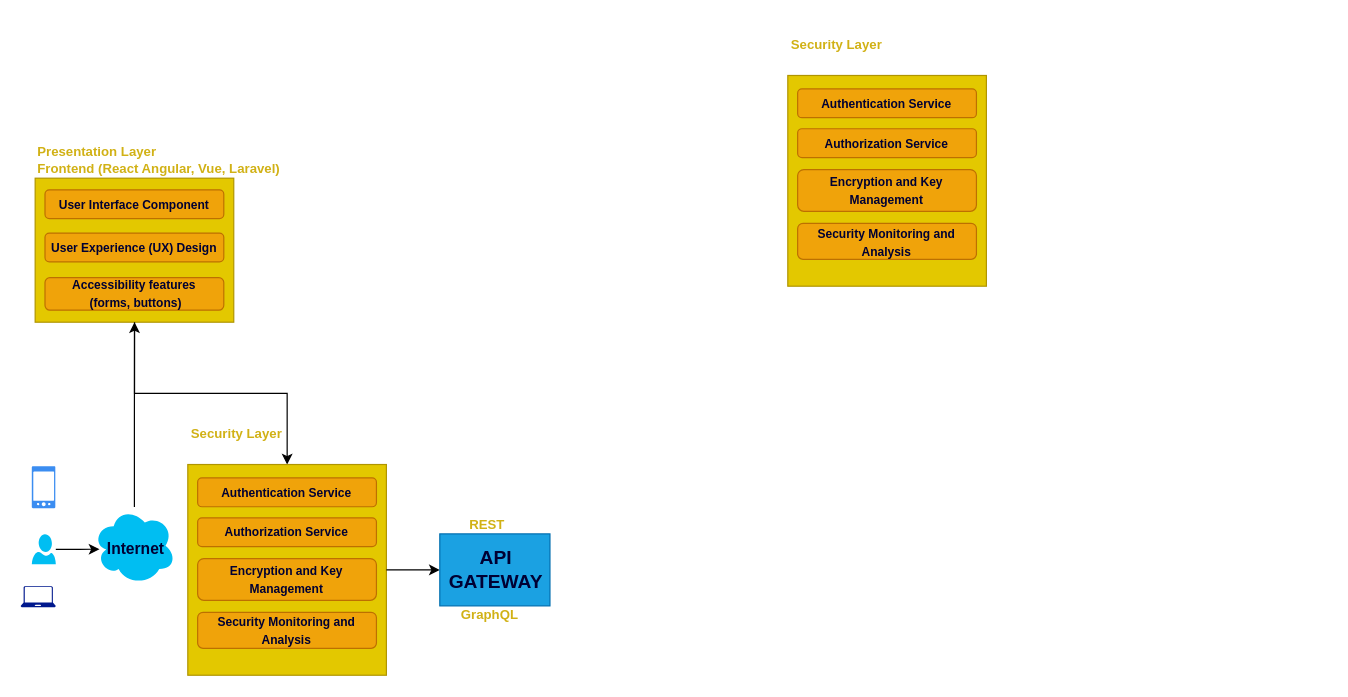
Above: IMS.drawio in dabiko/draw-io (draw.io), before the change. Source tidied: cells renumbered, new cells numbered last; positions are measured from the earlier drawing's top-left corner, leaving out a move shared by most shapes. Both pictures are drawn from the tidied source at 120%, with x=0, y=0 at pixel (20, 34).
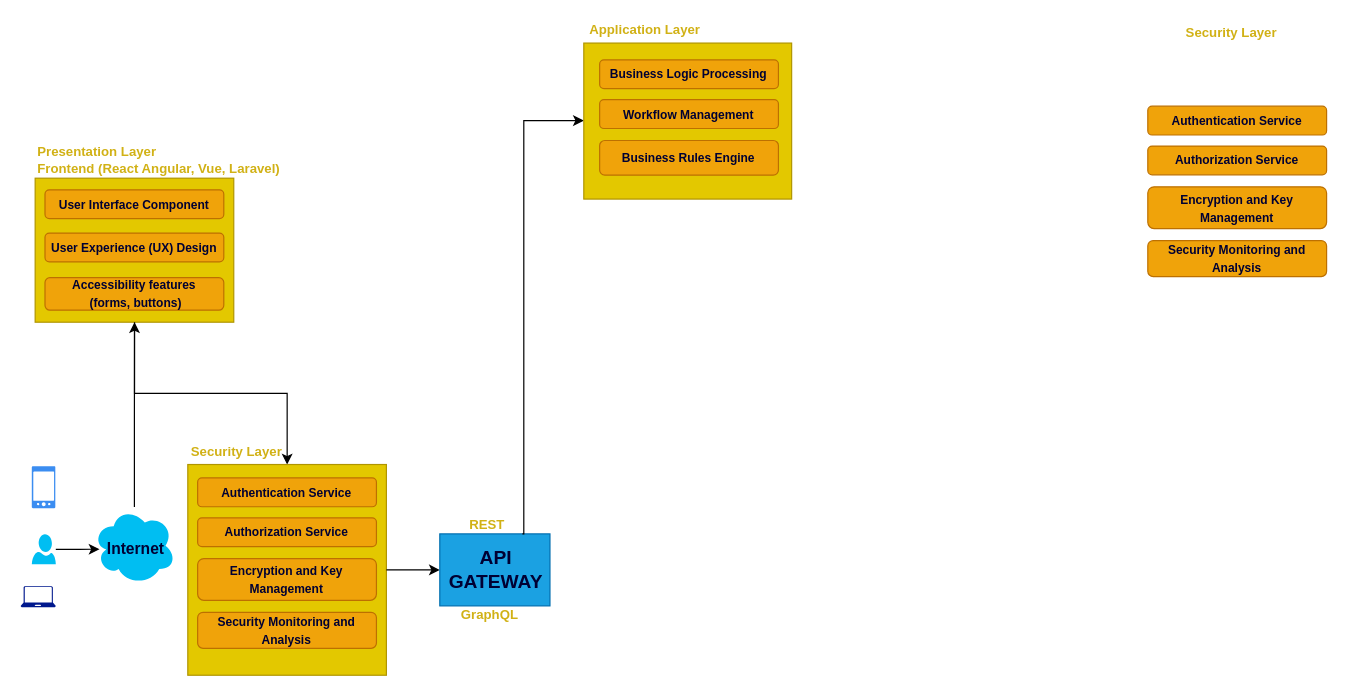
The same diagram, later.

Commit message:
application layer

Unchanged cells that the change refers to:
```xml
<mxCell id="16" style="group;" parent="1" vertex="1">
  <mxGeometry x="139" y="324.2" width="165.5" height="210" as="geometry" />
</mxCell>
<mxCell id="31" style="whiteSpace=wrap;html=1;verticalAlign=top;fillColor=#1ba1e2;strokeColor=#006EAF;fontColor=#ffffff;" parent="30" vertex="1">
  <mxGeometry width="91.8" height="60" as="geometry" />
</mxCell>
```

Change to the diagram source:
```diff
@@
     <mxCell id="22" value="&lt;span style=&quot;color: rgb(209, 177, 21); font-weight: 700; text-wrap: nowrap; font-size: 11px;&quot;&gt;&lt;font style=&quot;font-size: 11px;&quot;&gt;Security Layer&lt;/font&gt;&lt;/span&gt;&lt;div style=&quot;color: rgb(209, 177, 21); font-weight: 700; text-wrap: nowrap; font-size: 11px;&quot;&gt;&lt;br&gt;&lt;/div&gt;" style="text;html=1;align=left;verticalAlign=middle;whiteSpace=wrap;rounded=0;" parent="16" vertex="1">
-      <mxGeometry x="0.5" width="90" height="30" as="geometry" />
+      <mxGeometry x="0.5" y="15" width="90" height="30" as="geometry" />
     </mxCell>
-    <mxCell id="23" style="whiteSpace=wrap;html=1;verticalAlign=top;fillColor=#e3c800;strokeColor=#B09500;fontColor=#000000;" parent="1" vertex="1">
-      <mxGeometry x="639" y="34.4" width="165.5" height="175.6" as="geometry" />
-    </mxCell>
     <mxCell id="24" value="&lt;font size=&quot;1&quot; color=&quot;#000033&quot;&gt;&lt;b style=&quot;&quot;&gt;Authentication Service&lt;/b&gt;&lt;/font&gt;" style="rounded=1;whiteSpace=wrap;html=1;fillColor=#f0a30a;fontColor=#000000;strokeColor=#BD7000;" parent="1" vertex="1">
-      <mxGeometry x="647.2" y="45.6" width="149" height="24" as="geometry" />
+      <mxGeometry x="939" y="60" width="149" height="24" as="geometry" />
     </mxCell>
     <mxCell id="25" value="&lt;font size=&quot;1&quot; color=&quot;#000033&quot;&gt;&lt;b style=&quot;&quot;&gt;Authorization Service&lt;/b&gt;&lt;/font&gt;" style="rounded=1;whiteSpace=wrap;html=1;fillColor=#f0a30a;fontColor=#000000;strokeColor=#BD7000;" parent="1" vertex="1">
-      <mxGeometry x="647.2" y="78.8" width="149" height="24" as="geometry" />
+      <mxGeometry x="939" y="93.2" width="149" height="24" as="geometry" />
     </mxCell>
     <mxCell id="26" value="&lt;b style=&quot;color: rgb(0, 0, 51);&quot;&gt;&lt;font style=&quot;font-size: 10px;&quot;&gt;Encryption and Key Management&lt;/font&gt;&lt;/b&gt;" style="rounded=1;whiteSpace=wrap;html=1;fillColor=#f0a30a;fontColor=#000000;strokeColor=#BD7000;" parent="1" vertex="1">
-      <mxGeometry x="647.2" y="112.8" width="149" height="34.8" as="geometry" />
+      <mxGeometry x="939" y="127.2" width="149" height="34.8" as="geometry" />
     </mxCell>
     <mxCell id="27" value="&lt;font color=&quot;#000033&quot;&gt;&lt;span style=&quot;font-size: 10px;&quot;&gt;&lt;b&gt;Security Monitoring and Analysis&lt;/b&gt;&lt;/span&gt;&lt;/font&gt;" style="rounded=1;whiteSpace=wrap;html=1;fillColor=#f0a30a;fontColor=#000000;strokeColor=#BD7000;" parent="1" vertex="1">
-      <mxGeometry x="647.2" y="157.6" width="149" height="30" as="geometry" />
+      <mxGeometry x="939" y="172" width="149" height="30" as="geometry" />
     </mxCell>
     <mxCell id="28" value="&lt;span style=&quot;color: rgb(209, 177, 21); font-weight: 700; text-wrap: nowrap; font-size: 11px;&quot;&gt;&lt;font style=&quot;font-size: 11px;&quot;&gt;Security Layer&lt;/font&gt;&lt;/span&gt;&lt;div style=&quot;color: rgb(209, 177, 21); font-weight: 700; text-wrap: nowrap; font-size: 11px;&quot;&gt;&lt;br&gt;&lt;/div&gt;" style="text;html=1;align=left;verticalAlign=middle;whiteSpace=wrap;rounded=0;" parent="1" vertex="1">
-      <mxGeometry x="639.5" width="90" height="30" as="geometry" />
+      <mxGeometry x="969" y="-10" width="90" height="30" as="geometry" />
     </mxCell>
@@
+    <mxCell id="36" style="edgeStyle=orthogonalEdgeStyle;rounded=0;jettySize=auto;html=1;exitX=0.75;exitY=0;exitDx=0;exitDy=0;" parent="1" edge="1" source="31" target="38">
+      <mxGeometry relative="1" as="geometry">
+        <Array as="points">
+          <mxPoint x="419" y="416" />
+          <mxPoint x="419" y="72" />
+        </Array>
+      </mxGeometry>
+    </mxCell>
+    <mxCell id="37" style="group;" parent="1" vertex="1">
+      <mxGeometry x="469" y="-10" width="173.2" height="147.4" as="geometry" />
+    </mxCell>
+    <mxCell id="38" style="whiteSpace=wrap;html=1;fillColor=#e3c800;fontColor=#000000;strokeColor=#B09500;" parent="37" vertex="1">
+      <mxGeometry y="17.4" width="173.2" height="130" as="geometry" />
+    </mxCell>
+    <mxCell id="39" value="&lt;span style=&quot;color: rgb(209, 177, 21); font-weight: 700; text-wrap: nowrap; font-size: 11px;&quot;&gt;&lt;font style=&quot;font-size: 11px;&quot;&gt;Application Layer&lt;/font&gt;&lt;/span&gt;&lt;div style=&quot;color: rgb(209, 177, 21); font-weight: 700; text-wrap: nowrap; font-size: 11px;&quot;&gt;&lt;br&gt;&lt;/div&gt;" style="text;html=1;align=left;verticalAlign=middle;whiteSpace=wrap;rounded=0;" parent="37" vertex="1">
+      <mxGeometry x="3.2" width="100" height="24.4" as="geometry" />
+    </mxCell>
+    <mxCell id="40" value="&lt;font size=&quot;1&quot; color=&quot;#000033&quot;&gt;&lt;b style=&quot;&quot;&gt;Business Logic Processing&lt;/b&gt;&lt;/font&gt;" style="rounded=1;whiteSpace=wrap;html=1;fillColor=#f0a30a;fontColor=#000000;strokeColor=#BD7000;" parent="37" vertex="1">
+      <mxGeometry x="13.2" y="31.4" width="149" height="24" as="geometry" />
+    </mxCell>
+    <mxCell id="41" value="&lt;font size=&quot;1&quot; color=&quot;#000033&quot;&gt;&lt;b style=&quot;&quot;&gt;Workflow Management&lt;/b&gt;&lt;/font&gt;" style="rounded=1;whiteSpace=wrap;html=1;fillColor=#f0a30a;fontColor=#000000;strokeColor=#BD7000;" parent="37" vertex="1">
+      <mxGeometry x="13.2" y="64.6" width="149" height="24" as="geometry" />
+    </mxCell>
+    <mxCell id="42" value="&lt;b style=&quot;color: rgb(0, 0, 51);&quot;&gt;&lt;font style=&quot;font-size: 10px;&quot;&gt;Business Rules Engine&lt;/font&gt;&lt;/b&gt;" style="rounded=1;whiteSpace=wrap;html=1;fillColor=#f0a30a;fontColor=#000000;strokeColor=#BD7000;" parent="37" vertex="1">
+      <mxGeometry x="13.2" y="98.6" width="149" height="28.8" as="geometry" />
+    </mxCell>
```
